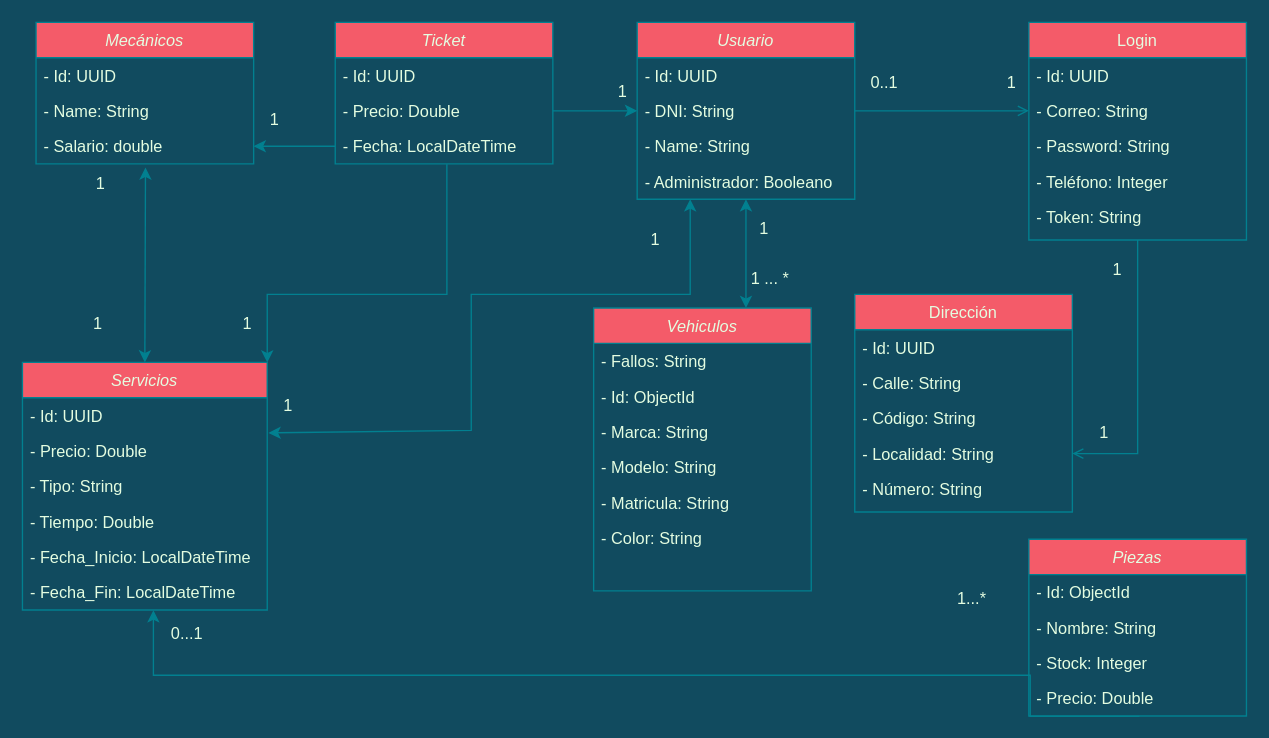
This is taller/Documentación/Taller Mecánico UML.drawio from javiergmun/TallerMecanico-AD-PSP, a draw.io file, before an edit. Source tidied: cells renumbered, new cells numbered last; positions are measured from the earlier drawing's top-left corner, leaving out a move shared by most shapes. Both pictures are drawn from the tidied source at 136%, with x=0, y=0 at pixel (22, 22).
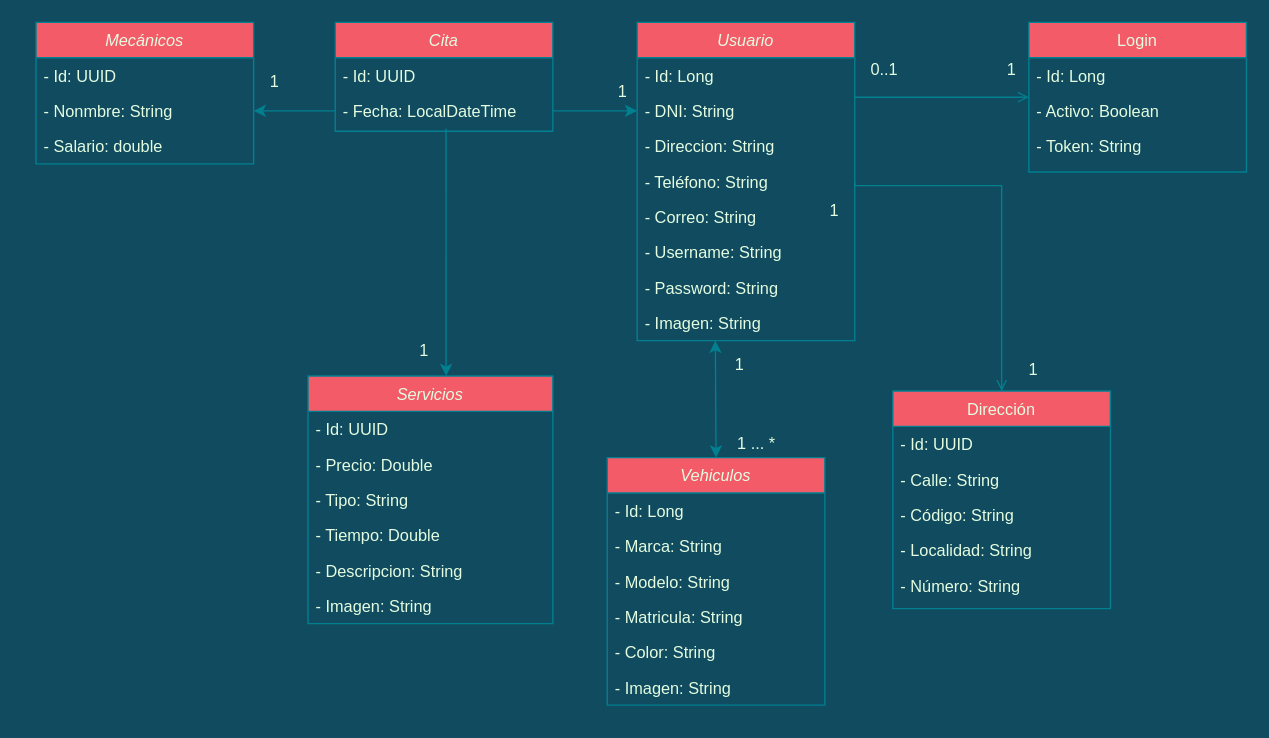
The same diagram, later.

Unchanged cells that the change refers to:
```xml
<mxCell id="4" value="- DNI: String" style="text;align=left;verticalAlign=top;spacingLeft=4;spacingRight=4;overflow=hidden;points=[[0,0.5],[1,0.5]];portConstraint=eastwest;fontColor=#E4FDE1;" parent="2" vertex="1">
  <mxGeometry y="52" width="160" height="26" as="geometry" />
</mxCell>
<mxCell id="27" value="Mecánicos" style="swimlane;fontStyle=2;align=center;verticalAlign=top;horizontal=1;startSize=26;rounded=0;shadow=0;strokeWidth=1;fillColor=#F45B69;strokeColor=#028090;fontColor=#E4FDE1;" parent="1" vertex="1">
  <mxGeometry x="10" width="160" height="104" as="geometry" />
</mxCell>
<mxCell id="30" value="- Salario: double" style="text;align=left;verticalAlign=top;spacingLeft=4;spacingRight=4;overflow=hidden;points=[[0,0.5],[1,0.5]];portConstraint=eastwest;fontColor=#E4FDE1;" parent="27" vertex="1">
  <mxGeometry y="78" width="160" height="26" as="geometry" />
</mxCell>
<mxCell id="33" value="- Precio: Double" style="text;align=left;verticalAlign=top;spacingLeft=4;spacingRight=4;overflow=hidden;points=[[0,0.5],[1,0.5]];portConstraint=eastwest;fontColor=#E4FDE1;" parent="31" vertex="1">
  <mxGeometry y="52" width="180" height="26" as="geometry" />
</mxCell>
<mxCell id="62" value="- Localidad: String" style="text;align=left;verticalAlign=top;spacingLeft=4;spacingRight=4;overflow=hidden;points=[[0,0.5],[1,0.5]];portConstraint=eastwest;rounded=0;shadow=0;html=0;fontColor=#E4FDE1;" parent="58" vertex="1">
  <mxGeometry y="104" width="160" height="26" as="geometry" />
</mxCell>
```

Diff of the diagram source:
```diff
@@
     <mxCell id="2" value="Usuario" style="swimlane;fontStyle=2;align=center;verticalAlign=top;horizontal=1;startSize=26;rounded=0;shadow=0;strokeWidth=1;fillColor=#F45B69;strokeColor=#028090;fontColor=#E4FDE1;" parent="1" vertex="1">
-      <mxGeometry x="452" width="160" height="130" as="geometry" />
+      <mxGeometry x="452" width="160" height="234" as="geometry" />
     </mxCell>
-    <mxCell id="3" value="- Id: UUID" style="text;align=left;verticalAlign=top;spacingLeft=4;spacingRight=4;overflow=hidden;fontColor=#E4FDE1;" parent="2" vertex="1">
+    <mxCell id="3" value="- Id: Long" style="text;align=left;verticalAlign=top;spacingLeft=4;spacingRight=4;overflow=hidden;fontColor=#E4FDE1;" parent="2" vertex="1">
       <mxGeometry y="26" width="160" height="26" as="geometry" />
     </mxCell>
@@
-    <mxCell id="5" value="- Name: String" style="text;align=left;verticalAlign=top;spacingLeft=4;spacingRight=4;overflow=hidden;fontColor=#E4FDE1;" parent="2" vertex="1">
+    <mxCell id="5" value="- Direccion: String" style="text;align=left;verticalAlign=top;spacingLeft=4;spacingRight=4;overflow=hidden;fontColor=#E4FDE1;" parent="2" vertex="1">
       <mxGeometry y="78" width="160" height="26" as="geometry" />
     </mxCell>
-    <mxCell id="6" value="- Administrador: Booleano" style="text;align=left;verticalAlign=top;spacingLeft=4;spacingRight=4;overflow=hidden;points=[[0,0.5],[1,0.5]];portConstraint=eastwest;fontColor=#E4FDE1;" parent="2" vertex="1">
+    <mxCell id="6" value="- Teléfono: String" style="text;align=left;verticalAlign=top;spacingLeft=4;spacingRight=4;overflow=hidden;points=[[0,0.5],[1,0.5]];portConstraint=eastwest;fontColor=#E4FDE1;" parent="2" vertex="1">
       <mxGeometry y="104" width="160" height="26" as="geometry" />
     </mxCell>
+    <mxCell id="9" value="- Correo: String" style="text;align=left;verticalAlign=top;spacingLeft=4;spacingRight=4;overflow=hidden;fontColor=#E4FDE1;" parent="2" vertex="1">
+      <mxGeometry y="130" width="160" height="26" as="geometry" />
+    </mxCell>
+    <mxCell id="70" value="- Username: String" style="text;align=left;verticalAlign=top;spacingLeft=4;spacingRight=4;overflow=hidden;fontColor=#E4FDE1;" parent="2" vertex="1">
+      <mxGeometry y="156" width="160" height="26" as="geometry" />
+    </mxCell>
+    <mxCell id="10" value="- Password: String" style="text;align=left;verticalAlign=top;spacingLeft=4;spacingRight=4;overflow=hidden;fontColor=#E4FDE1;" parent="2" vertex="1">
+      <mxGeometry y="182" width="160" height="26" as="geometry" />
+    </mxCell>
+    <mxCell id="71" value="- Imagen: String" style="text;align=left;verticalAlign=top;spacingLeft=4;spacingRight=4;overflow=hidden;fontColor=#E4FDE1;" parent="2" vertex="1">
+      <mxGeometry y="208" width="160" height="26" as="geometry" />
+    </mxCell>
     <mxCell id="7" value="Login" style="swimlane;fontStyle=0;align=center;verticalAlign=top;horizontal=1;startSize=26;rounded=0;shadow=0;strokeWidth=1;fillColor=#F45B69;strokeColor=#028090;fontColor=#E4FDE1;" parent="1" vertex="1">
-      <mxGeometry x="740" width="160" height="160" as="geometry" />
+      <mxGeometry x="740" width="160" height="110" as="geometry" />
     </mxCell>
-    <mxCell id="8" value="- Id: UUID" style="text;align=left;verticalAlign=top;spacingLeft=4;spacingRight=4;overflow=hidden;rounded=0;shadow=0;html=0;fontColor=#E4FDE1;" parent="7" vertex="1">
+    <mxCell id="8" value="- Id: Long" style="text;align=left;verticalAlign=top;spacingLeft=4;spacingRight=4;overflow=hidden;rounded=0;shadow=0;html=0;fontColor=#E4FDE1;" parent="7" vertex="1">
       <mxGeometry y="26" width="160" height="26" as="geometry" />
     </mxCell>
-    <mxCell id="9" value="- Correo: String" style="text;align=left;verticalAlign=top;spacingLeft=4;spacingRight=4;overflow=hidden;rounded=0;shadow=0;html=0;fontColor=#E4FDE1;" parent="7" vertex="1">
-      <mxGeometry y="52" width="160" height="26" as="geometry" />
-    </mxCell>
-    <mxCell id="10" value="- Password: String" style="text;align=left;verticalAlign=top;spacingLeft=4;spacingRight=4;overflow=hidden;rounded=0;shadow=0;html=0;fontColor=#E4FDE1;" parent="7" vertex="1">
-      <mxGeometry y="78" width="160" height="26" as="geometry" />
-    </mxCell>
-    <mxCell id="11" value="- Teléfono: Integer" style="text;align=left;verticalAlign=top;spacingLeft=4;spacingRight=4;overflow=hidden;rounded=0;shadow=0;html=0;fontColor=#E4FDE1;" parent="7" vertex="1">
-      <mxGeometry y="104" width="160" height="26" as="geometry" />
+    <mxCell id="11" value="- Activo: Boolean" style="text;align=left;verticalAlign=top;spacingLeft=4;spacingRight=4;overflow=hidden;rounded=0;shadow=0;html=0;fontColor=#E4FDE1;" parent="7" vertex="1">
+      <mxGeometry y="52" width="160" height="26" as="geometry" />
     </mxCell>
     <mxCell id="12" value="- Token: String" style="text;align=left;verticalAlign=top;spacingLeft=4;spacingRight=4;overflow=hidden;rounded=0;shadow=0;html=0;fontColor=#E4FDE1;" parent="7" vertex="1">
-      <mxGeometry y="130" width="160" height="26" as="geometry" />
+      <mxGeometry y="78" width="160" height="26" as="geometry" />
     </mxCell>
@@
-    <mxCell id="16" style="edgeStyle=orthogonalEdgeStyle;rounded=0;jettySize=auto;html=1;exitX=0.508;exitY=1.008;exitDx=0;exitDy=0;exitPerimeter=0;entryX=0.535;entryY=1.008;entryDx=0;entryDy=0;entryPerimeter=0;labelBackgroundColor=#114B5F;strokeColor=#028090;fontColor=#E4FDE1;" parent="1" edge="1" source="21">
-      <mxGeometry relative="1" as="geometry">
-        <mxPoint x="96.3" y="432.2" as="targetPoint" />
-        <Array as="points">
-          <mxPoint x="741" y="480" />
-          <mxPoint x="96" y="480" />
-        </Array>
-      </mxGeometry>
-    </mxCell>
-    <mxCell id="17" value="Piezas" style="swimlane;fontStyle=2;align=center;verticalAlign=top;horizontal=1;startSize=26;rounded=0;shadow=0;strokeWidth=1;fillColor=#F45B69;strokeColor=#028090;fontColor=#E4FDE1;" parent="1" vertex="1">
-      <mxGeometry x="740" y="380" width="160" height="130" as="geometry" />
-    </mxCell>
-    <mxCell id="18" value="- Id: ObjectId" style="text;align=left;verticalAlign=top;spacingLeft=4;spacingRight=4;overflow=hidden;fontColor=#E4FDE1;" parent="17" vertex="1">
-      <mxGeometry y="26" width="160" height="26" as="geometry" />
-    </mxCell>
-    <mxCell id="19" value="- Nombre: String" style="text;align=left;verticalAlign=top;spacingLeft=4;spacingRight=4;overflow=hidden;fontColor=#E4FDE1;" parent="17" vertex="1">
-      <mxGeometry y="52" width="160" height="26" as="geometry" />
-    </mxCell>
-    <mxCell id="20" value="- Stock: Integer" style="text;align=left;verticalAlign=top;spacingLeft=4;spacingRight=4;overflow=hidden;fontColor=#E4FDE1;" parent="17" vertex="1">
-      <mxGeometry y="78" width="160" height="26" as="geometry" />
-    </mxCell>
-    <mxCell id="21" value="- Precio: Double" style="text;align=left;verticalAlign=top;spacingLeft=4;spacingRight=4;overflow=hidden;points=[[0,0.5],[1,0.5]];portConstraint=eastwest;fontColor=#E4FDE1;" parent="17" vertex="1">
-      <mxGeometry y="104" width="160" height="26" as="geometry" />
-    </mxCell>
-    <mxCell id="22" style="edgeStyle=orthogonalEdgeStyle;rounded=0;jettySize=auto;html=1;entryX=1;entryY=0;entryDx=0;entryDy=0;exitX=0.513;exitY=1.008;exitDx=0;exitDy=0;exitPerimeter=0;labelBackgroundColor=#114B5F;strokeColor=#028090;fontColor=#E4FDE1;" parent="1" edge="1" source="26" target="31">
+    <mxCell id="22" style="edgeStyle=orthogonalEdgeStyle;rounded=0;jettySize=auto;html=1;entryX=0.564;entryY=0;entryDx=0;entryDy=0;exitX=0.513;exitY=1.008;exitDx=0;exitDy=0;exitPerimeter=0;labelBackgroundColor=#114B5F;strokeColor=#028090;fontColor=#E4FDE1;entryPerimeter=0;" parent="1" edge="1" source="26" target="31">
       <mxGeometry relative="1" as="geometry">
         <Array as="points">
-          <mxPoint x="312" y="200" />
-          <mxPoint x="180" y="200" />
+          <mxPoint x="312" y="260" />
         </Array>
       </mxGeometry>
     </mxCell>
-    <mxCell id="23" value="Ticket" style="swimlane;fontStyle=2;align=center;verticalAlign=top;horizontal=1;startSize=26;rounded=0;shadow=0;strokeWidth=1;fillColor=#F45B69;strokeColor=#028090;fontColor=#E4FDE1;" parent="1" vertex="1">
-      <mxGeometry x="230" width="160" height="104" as="geometry" />
+    <mxCell id="23" value="Cita" style="swimlane;fontStyle=2;align=center;verticalAlign=top;horizontal=1;startSize=26;rounded=0;shadow=0;strokeWidth=1;fillColor=#F45B69;strokeColor=#028090;fontColor=#E4FDE1;" parent="1" vertex="1">
+      <mxGeometry x="230" width="160" height="80" as="geometry" />
     </mxCell>
@@
-    <mxCell id="25" value="- Precio: Double" style="text;align=left;verticalAlign=top;spacingLeft=4;spacingRight=4;overflow=hidden;points=[[0,0.5],[1,0.5]];portConstraint=eastwest;fontColor=#E4FDE1;" parent="23" vertex="1">
-      <mxGeometry y="52" width="160" height="26" as="geometry" />
-    </mxCell>
     <mxCell id="26" value="- Fecha: LocalDateTime " style="text;align=left;verticalAlign=top;spacingLeft=4;spacingRight=4;overflow=hidden;points=[[0,0.5],[1,0.5]];portConstraint=eastwest;fontColor=#E4FDE1;" parent="23" vertex="1">
-      <mxGeometry y="78" width="160" height="26" as="geometry" />
+      <mxGeometry y="52" width="160" height="26" as="geometry" />
     </mxCell>
@@
-    <mxCell id="29" value="- Name: String" style="text;align=left;verticalAlign=top;spacingLeft=4;spacingRight=4;overflow=hidden;points=[[0,0.5],[1,0.5]];portConstraint=eastwest;fontColor=#E4FDE1;" parent="27" vertex="1">
+    <mxCell id="29" value="- Nonmbre: String" style="text;align=left;verticalAlign=top;spacingLeft=4;spacingRight=4;overflow=hidden;points=[[0,0.5],[1,0.5]];portConstraint=eastwest;fontColor=#E4FDE1;" parent="27" vertex="1">
       <mxGeometry y="52" width="160" height="26" as="geometry" />
     </mxCell>
@@
     <mxCell id="31" value="Servicios" style="swimlane;fontStyle=2;align=center;verticalAlign=top;horizontal=1;startSize=26;rounded=0;shadow=0;strokeWidth=1;fillColor=#F45B69;strokeColor=#028090;fontColor=#E4FDE1;" parent="1" vertex="1">
-      <mxGeometry y="250" width="180" height="182" as="geometry" />
+      <mxGeometry x="210" y="260" width="180" height="182" as="geometry" />
     </mxCell>
@@
-    <mxCell id="36" value="- Fecha_Inicio: LocalDateTime" style="text;align=left;verticalAlign=top;spacingLeft=4;spacingRight=4;overflow=hidden;fontColor=#E4FDE1;" parent="31" vertex="1">
+    <mxCell id="36" value="- Descripcion: String" style="text;align=left;verticalAlign=top;spacingLeft=4;spacingRight=4;overflow=hidden;fontColor=#E4FDE1;" parent="31" vertex="1">
       <mxGeometry y="130" width="180" height="26" as="geometry" />
     </mxCell>
-    <mxCell id="37" value="- Fecha_Fin: LocalDateTime" style="text;align=left;verticalAlign=top;spacingLeft=4;spacingRight=4;overflow=hidden;fontColor=#E4FDE1;" parent="31" vertex="1">
+    <mxCell id="37" value="- Imagen: String" style="text;align=left;verticalAlign=top;spacingLeft=4;spacingRight=4;overflow=hidden;fontColor=#E4FDE1;" parent="31" vertex="1">
       <mxGeometry y="156" width="180" height="26" as="geometry" />
     </mxCell>
     <mxCell id="38" value="Vehiculos" style="swimlane;fontStyle=2;align=center;verticalAlign=top;horizontal=1;startSize=26;rounded=0;shadow=0;strokeWidth=1;fillColor=#F45B69;strokeColor=#028090;fontColor=#E4FDE1;" parent="1" vertex="1">
-      <mxGeometry x="420" y="210" width="160" height="208" as="geometry" />
+      <mxGeometry x="430" y="320" width="160" height="182" as="geometry" />
     </mxCell>
-    <mxCell id="39" value="- Fallos: String" style="text;align=left;verticalAlign=top;spacingLeft=4;spacingRight=4;overflow=hidden;fontColor=#E4FDE1;" parent="38" vertex="1">
-      <mxGeometry y="26" width="160" height="26" as="geometry" />
-    </mxCell>
-    <mxCell id="40" value="- Id: ObjectId" style="text;align=left;verticalAlign=top;spacingLeft=4;spacingRight=4;overflow=hidden;fontColor=#E4FDE1;" parent="38" vertex="1">
-      <mxGeometry y="52" width="160" height="26" as="geometry" />
+    <mxCell id="40" value="- Id: Long" style="text;align=left;verticalAlign=top;spacingLeft=4;spacingRight=4;overflow=hidden;fontColor=#E4FDE1;" parent="38" vertex="1">
+      <mxGeometry y="26" width="160" height="26" as="geometry" />
     </mxCell>
     <mxCell id="41" value="- Marca: String" style="text;align=left;verticalAlign=top;spacingLeft=4;spacingRight=4;overflow=hidden;fontColor=#E4FDE1;" parent="38" vertex="1">
-      <mxGeometry y="78" width="160" height="26" as="geometry" />
+      <mxGeometry y="52" width="160" height="26" as="geometry" />
     </mxCell>
     <mxCell id="42" value="- Modelo: String" style="text;align=left;verticalAlign=top;spacingLeft=4;spacingRight=4;overflow=hidden;fontColor=#E4FDE1;" parent="38" vertex="1">
-      <mxGeometry y="104" width="160" height="26" as="geometry" />
+      <mxGeometry y="78" width="160" height="26" as="geometry" />
     </mxCell>
     <mxCell id="43" value="- Matricula: String" style="text;align=left;verticalAlign=top;spacingLeft=4;spacingRight=4;overflow=hidden;fontColor=#E4FDE1;" parent="38" vertex="1">
-      <mxGeometry y="130" width="160" height="26" as="geometry" />
+      <mxGeometry y="104" width="160" height="26" as="geometry" />
     </mxCell>
     <mxCell id="44" value="- Color: String" style="text;align=left;verticalAlign=top;spacingLeft=4;spacingRight=4;overflow=hidden;fontColor=#E4FDE1;" parent="38" vertex="1">
-      <mxGeometry y="156" width="160" height="26" as="geometry" />
+      <mxGeometry y="130" width="160" height="26" as="geometry" />
     </mxCell>
-    <mxCell id="45" style="endArrow=classic;startArrow=classic;html=1;rounded=0;exitX=1.005;exitY=-0.008;exitDx=0;exitDy=0;exitPerimeter=0;labelBackgroundColor=#114B5F;strokeColor=#028090;fontColor=#E4FDE1;" parent="1" edge="1" source="33">
-      <mxGeometry relative="1" as="geometry">
-        <mxPoint x="491" y="130" as="targetPoint" />
-        <Array as="points">
-          <mxPoint x="330" y="300" />
-          <mxPoint x="330" y="200" />
-          <mxPoint x="491" y="200" />
-        </Array>
-      </mxGeometry>
-    </mxCell>
-    <mxCell id="46" value="1" style="align=right;verticalAlign=bottom;labelBackgroundColor=none;fontSize=12;fillColor=#F45B69;strokeColor=#028090;fontColor=#E4FDE1;" parent="1" vertex="1">
-      <mxGeometry x="200" y="290" as="geometry" />
-    </mxCell>
-    <mxCell id="47" value="1" style="align=right;verticalAlign=bottom;labelBackgroundColor=none;fontSize=12;fillColor=#F45B69;strokeColor=#028090;fontColor=#E4FDE1;" parent="1" vertex="1">
-      <mxGeometry x="220" y="140" as="geometry">
-        <mxPoint x="250" y="28" as="offset" />
-      </mxGeometry>
-    </mxCell>
+    <mxCell id="72" value="- Imagen: String" style="text;align=left;verticalAlign=top;spacingLeft=4;spacingRight=4;overflow=hidden;fontColor=#E4FDE1;" parent="38" vertex="1">
+      <mxGeometry y="156" width="160" height="26" as="geometry" />
+    </mxCell>
-    <mxCell id="48" style="endArrow=classic;startArrow=classic;html=1;rounded=0;labelBackgroundColor=#114B5F;strokeColor=#028090;fontColor=#E4FDE1;" parent="1" edge="1">
+    <mxCell id="48" style="endArrow=classic;startArrow=classic;html=1;rounded=0;labelBackgroundColor=#114B5F;strokeColor=#028090;fontColor=#E4FDE1;exitX=0.5;exitY=0;exitDx=0;exitDy=0;" parent="1" edge="1" source="38">
       <mxGeometry relative="1" as="geometry">
-        <mxPoint x="532" y="210" as="sourcePoint" />
-        <mxPoint x="532" y="130" as="targetPoint" />
+        <mxPoint x="509.5" y="234" as="targetPoint" />
       </mxGeometry>
     </mxCell>
     <mxCell id="49" value="1" style="align=right;verticalAlign=bottom;labelBackgroundColor=none;fontSize=12;fillColor=#F45B69;strokeColor=#028090;fontColor=#E4FDE1;" parent="1" vertex="1">
-      <mxGeometry x="550" y="160" as="geometry" />
+      <mxGeometry x="532" y="260" as="geometry" />
     </mxCell>
     <mxCell id="50" value="1 ... *" style="align=right;verticalAlign=bottom;labelBackgroundColor=none;fontSize=12;fillColor=#F45B69;strokeColor=#028090;fontColor=#E4FDE1;" parent="1" vertex="1">
-      <mxGeometry x="350" y="290" as="geometry">
+      <mxGeometry x="340" y="411" as="geometry">
         <mxPoint x="215" y="-93" as="offset" />
       </mxGeometry>
     </mxCell>
-    <mxCell id="51" value="0...1" style="align=right;verticalAlign=bottom;labelBackgroundColor=none;fontSize=12;fillColor=#F45B69;strokeColor=#028090;fontColor=#E4FDE1;" parent="1" vertex="1">
-      <mxGeometry x="93" y="250" as="geometry">
-        <mxPoint x="41" y="208" as="offset" />
-      </mxGeometry>
-    </mxCell>
-    <mxCell id="52" value="1...*" style="align=right;verticalAlign=bottom;labelBackgroundColor=none;fontSize=12;fillColor=#F45B69;strokeColor=#028090;fontColor=#E4FDE1;" parent="1" vertex="1">
-      <mxGeometry x="710" y="432" as="geometry" />
-    </mxCell>
-    <mxCell id="53" style="edgeStyle=orthogonalEdgeStyle;rounded=0;jettySize=auto;html=1;labelBackgroundColor=#114B5F;strokeColor=#028090;fontColor=#E4FDE1;exitX=1;exitY=0.5;exitDx=0;exitDy=0;" parent="1" edge="1" source="25" target="4">
+    <mxCell id="53" style="edgeStyle=orthogonalEdgeStyle;rounded=0;jettySize=auto;html=1;labelBackgroundColor=#114B5F;strokeColor=#028090;fontColor=#E4FDE1;exitX=1;exitY=0.5;exitDx=0;exitDy=0;" parent="1" edge="1" target="4">
       <mxGeometry relative="1" as="geometry">
+        <mxPoint x="390" y="65" as="sourcePoint" />
         <Array as="points">
           <mxPoint x="400" y="65" />
           <mxPoint x="400" y="65" />
         </Array>
       </mxGeometry>
     </mxCell>
-    <mxCell id="54" style="edgeStyle=orthogonalEdgeStyle;rounded=0;jettySize=auto;html=1;labelBackgroundColor=#114B5F;strokeColor=#028090;fontColor=#E4FDE1;" parent="1" edge="1" source="26" target="30">
+    <mxCell id="54" style="edgeStyle=orthogonalEdgeStyle;rounded=0;jettySize=auto;html=1;labelBackgroundColor=#114B5F;strokeColor=#028090;fontColor=#E4FDE1;entryX=1;entryY=0.5;entryDx=0;entryDy=0;" parent="1" edge="1" source="26" target="29">
       <mxGeometry relative="1" as="geometry" />
     </mxCell>
-    <mxCell id="55" style="endArrow=classic;startArrow=classic;html=1;rounded=0;entryX=0.503;entryY=1.1;entryDx=0;entryDy=0;exitX=0.5;exitY=0;exitDx=0;exitDy=0;entryPerimeter=0;labelBackgroundColor=#114B5F;strokeColor=#028090;fontColor=#E4FDE1;" parent="1" edge="1" source="31" target="30">
-      <mxGeometry relative="1" as="geometry" />
-    </mxCell>
-    <mxCell id="56" value="1" style="align=right;verticalAlign=bottom;labelBackgroundColor=none;fontSize=12;fillColor=#F45B69;strokeColor=#028090;fontColor=#E4FDE1;" parent="1" vertex="1">
-      <mxGeometry x="210" y="300" as="geometry">
-        <mxPoint x="-148" y="-173" as="offset" />
-      </mxGeometry>
-    </mxCell>
-    <mxCell id="57" value="1" style="align=right;verticalAlign=bottom;labelBackgroundColor=none;fontSize=12;fillColor=#F45B69;strokeColor=#028090;fontColor=#E4FDE1;" parent="1" vertex="1">
-      <mxGeometry x="60" y="230" as="geometry" />
-    </mxCell>
     <mxCell id="58" value="Dirección" style="swimlane;fontStyle=0;align=center;verticalAlign=top;horizontal=1;startSize=26;rounded=0;shadow=0;strokeWidth=1;fillColor=#F45B69;strokeColor=#028090;fontColor=#E4FDE1;" parent="1" vertex="1">
-      <mxGeometry x="612" y="200" width="160" height="160" as="geometry" />
+      <mxGeometry x="640" y="271" width="160" height="160" as="geometry" />
     </mxCell>
@@
-    <mxCell id="64" style="endArrow=open;shadow=0;strokeWidth=1;rounded=0;endFill=1;edgeStyle=elbowEdgeStyle;elbow=vertical;labelBackgroundColor=#114B5F;strokeColor=#028090;fontColor=#E4FDE1;exitX=0.5;exitY=1;exitDx=0;exitDy=0;entryX=1;entryY=0.5;entryDx=0;entryDy=0;" parent="1" edge="1" source="7" target="62">
+    <mxCell id="64" style="endArrow=open;shadow=0;strokeWidth=1;rounded=0;endFill=1;edgeStyle=elbowEdgeStyle;elbow=vertical;labelBackgroundColor=#114B5F;strokeColor=#028090;fontColor=#E4FDE1;exitX=1;exitY=0.5;exitDx=0;exitDy=0;entryX=0.5;entryY=0;entryDx=0;entryDy=0;" parent="1" edge="1" source="6" target="58">
       <mxGeometry x="0.5" y="41" relative="1" as="geometry">
         <Array as="points">
-          <mxPoint x="840" y="317" />
+          <mxPoint x="730" y="120" />
+          <mxPoint x="920" y="260" />
+          <mxPoint x="860" y="250" />
+          <mxPoint x="950" y="250" />
+          <mxPoint x="890" y="210" />
+          <mxPoint x="920" y="220" />
+          <mxPoint x="940" y="400" />
+          <mxPoint x="860" y="310" />
         </Array>
         <mxPoint x="-40" y="32" as="offset" />
       </mxGeometry>
     </mxCell>
@@
     <mxCell id="68" value="1" style="align=right;verticalAlign=bottom;labelBackgroundColor=none;fontSize=12;fillColor=#F45B69;strokeColor=#028090;fontColor=#E4FDE1;" parent="1" vertex="1">
-      <mxGeometry x="170" y="230" as="geometry" />
+      <mxGeometry x="300" y="250" as="geometry" />
     </mxCell>
     <mxCell id="69" value="1" style="align=right;verticalAlign=bottom;labelBackgroundColor=none;fontSize=12;fillColor=#F45B69;strokeColor=#028090;fontColor=#E4FDE1;" parent="1" vertex="1">
-      <mxGeometry x="190" y="80" as="geometry" />
+      <mxGeometry x="190" y="52" as="geometry" />
     </mxCell>
```
